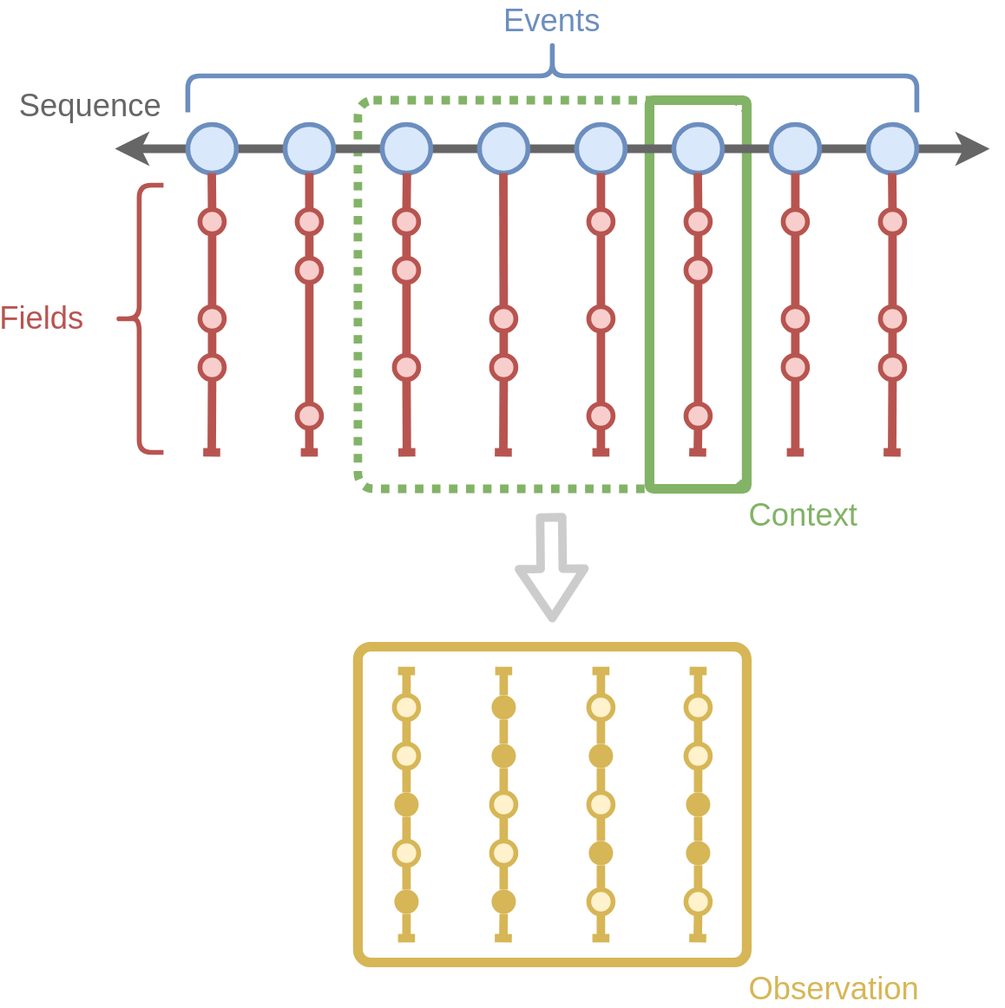
Above: docs/diagrams/context.drawio.svg in granthamtaylor/windmark (draw.io), before the change. Source tidied: cells renumbered, new cells last; positions are measured from the earlier drawing's top-left corner, leaving out a move shared by most shapes.
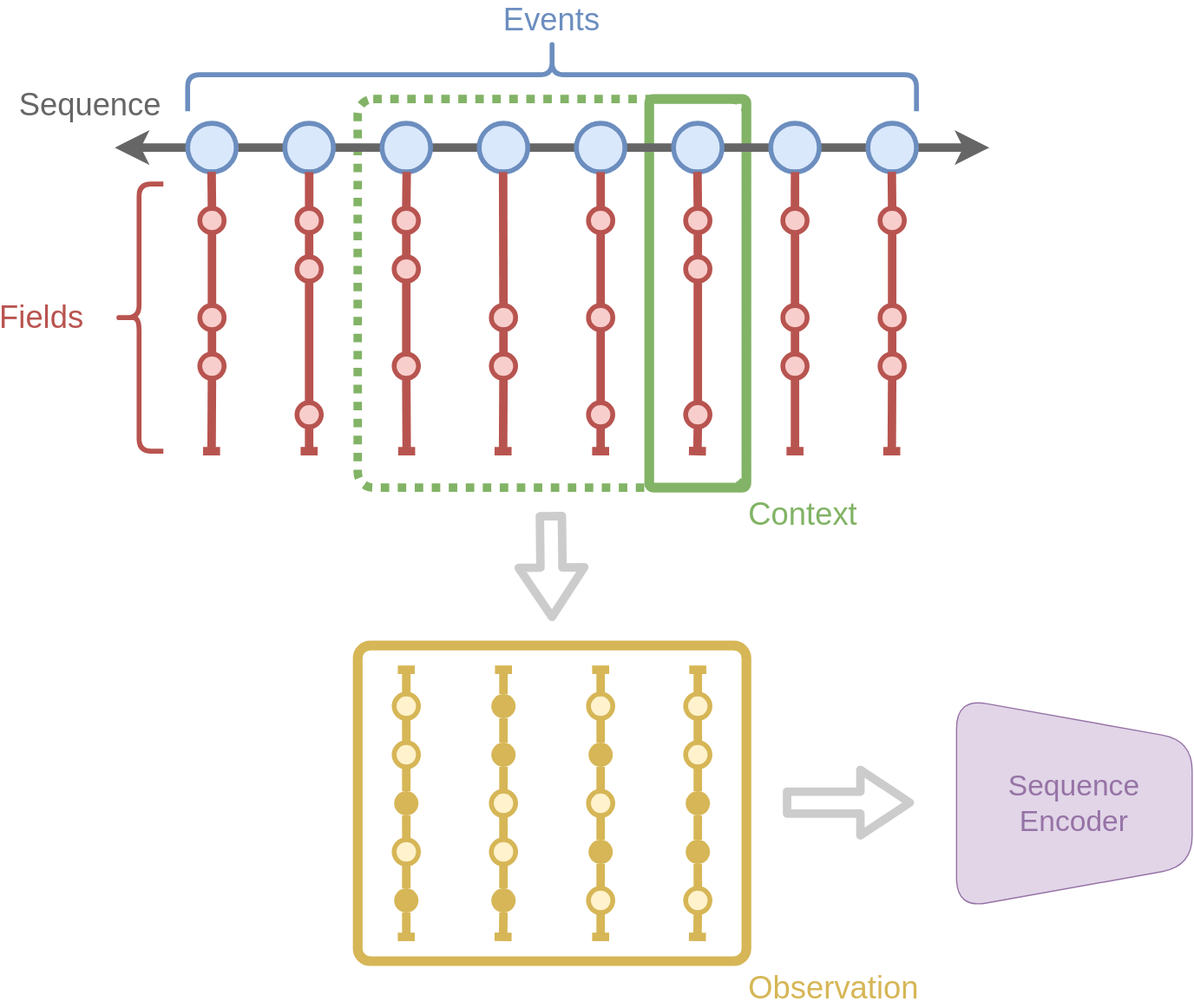
The same file after the commit.

What changed in the source:
```diff
@@ -456,5 +456,14 @@
         <mxPoint x="450" y="750" as="targetPoint" />
       </mxGeometry>
     </mxCell>
+    <mxCell id="129" value="&lt;font style=&quot;font-size: 24px;&quot; color=&quot;#9673a6&quot;&gt;Sequence Encoder&lt;/font&gt;" style="shape=trapezoid;perimeter=trapezoidPerimeter;whiteSpace=wrap;html=1;fixedSize=1;direction=south;size=34.66666666666674;fillColor=#e1d5e7;strokeColor=#9673a6;rounded=1;arcSize=50;" parent="1" vertex="1">
+      <mxGeometry x="783" y="813.5" width="194" height="173" as="geometry" />
+    </mxCell>
+    <mxCell id="130" style="shape=flexArrow;endArrow=classic;html=1;labelBackgroundColor=none;strokeWidth=7;fontSize=26;fontColor=#d6b656;opacity=20;fillColor=none;width=12.142857142857144;endSize=11.214285714285715;endWidth=28.77180491278035;" parent="1" edge="1">
+      <mxGeometry relative="1" as="geometry">
+        <mxPoint x="640" y="899.4" as="sourcePoint" />
+        <mxPoint x="748" y="899.4" as="targetPoint" />
+      </mxGeometry>
+    </mxCell>
   </root>
 </mxGraphModel>
```
